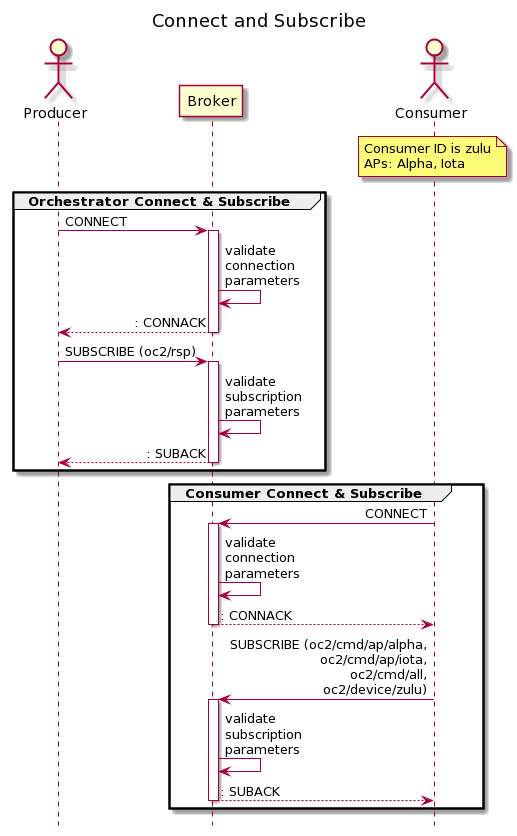
Earlier version of the PlantUML export images/con_sub.png (oasis-tcs/openc2-transf-mqtt).
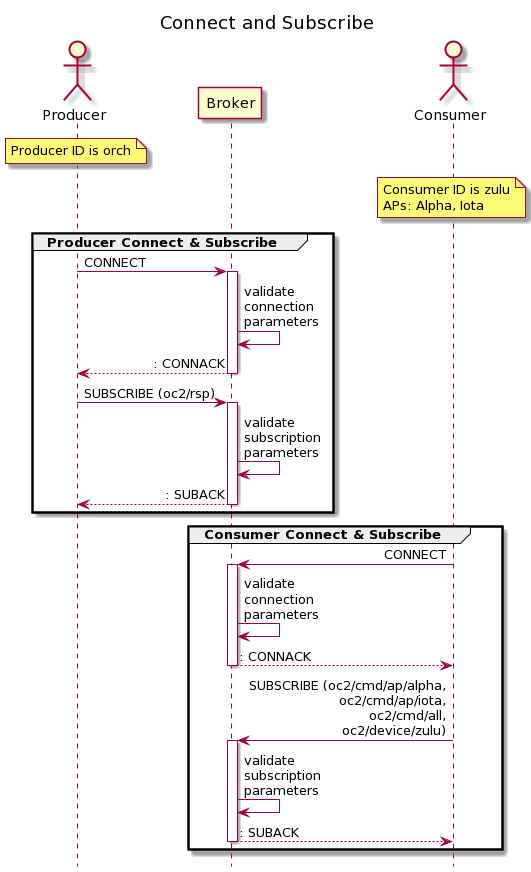
After the commit.

Commit message:
Updated con_sub image file

What changed in the source:
```diff
@@ -7,8 +7,9 @@
 actor Producer as P
 participant Broker as B
 actor Consumer as C
+note over P: Producer ID is orch
 note over C: Consumer ID is zulu\nAPs: Alpha, Iota
-group Orchestrator Connect & Subscribe
+group Producer Connect & Subscribe
 P -> B : CONNECT
 activate B
 B -> B : validate\nconnection\nparameters
```
